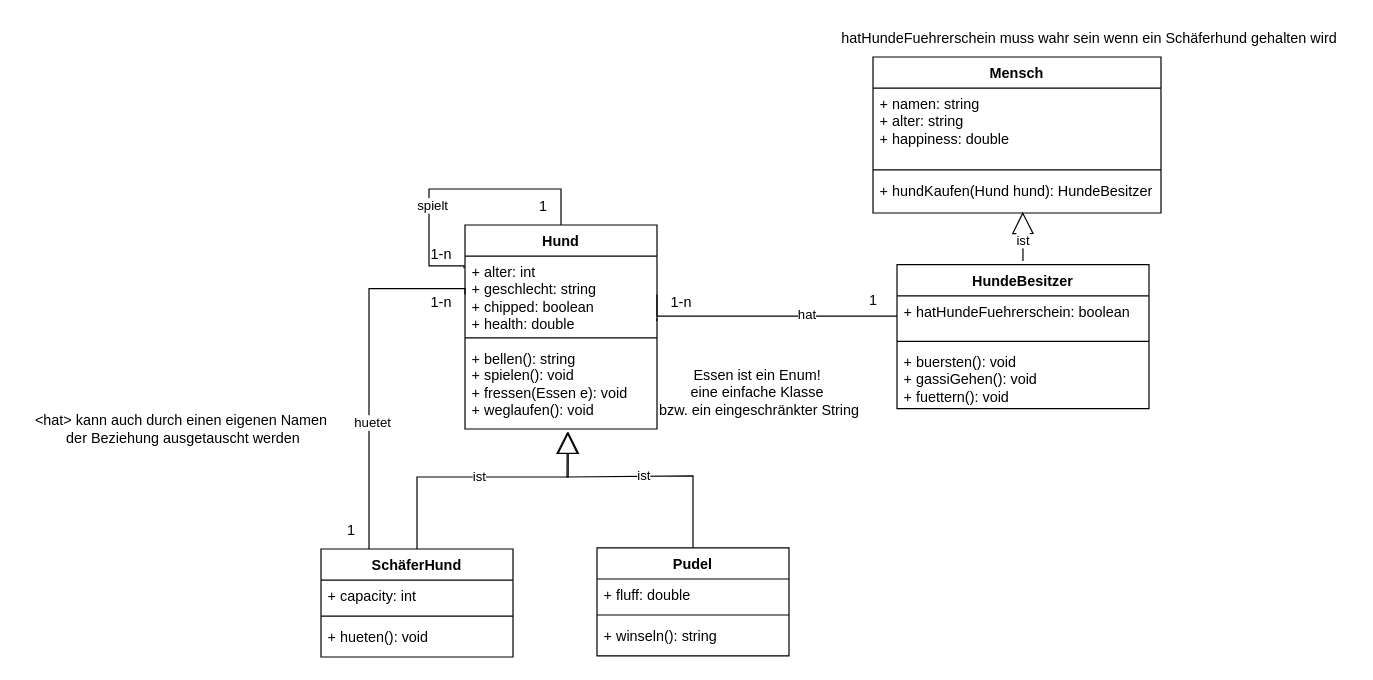
Before: BITEC/current lesson/oop/src/KlassenUndBeziehungen/Hunde.drawio in MrStrelow/BBRZ, a draw.io diagram. Source tidied: cells renumbered, new cells numbered last; positions are measured from the earlier drawing's top-left corner, leaving out a move shared by most shapes. Both pictures are drawn from the tidied source at 120%, with x=0, y=0 at pixel (20, 20).
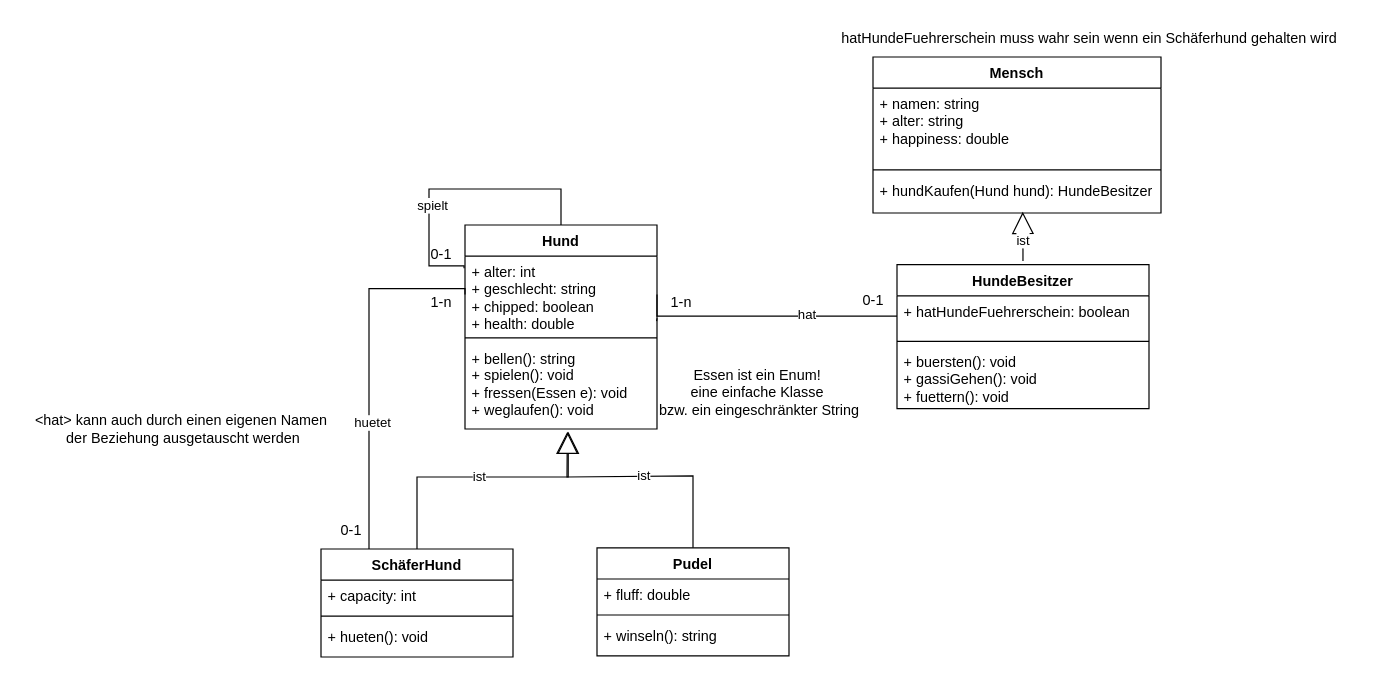
After the change.

Diff of the diagram source:
```diff
@@
-    <mxCell id="32" value="1" style="text;html=1;align=center;verticalAlign=middle;strokeColor=none;fillColor=none;" parent="1" vertex="1">
-      <mxGeometry x="695" y="218" width="30" height="30" as="geometry" />
+    <mxCell id="32" value="0-1" style="text;html=1;align=center;verticalAlign=middle;strokeColor=none;fillColor=none;" parent="1" vertex="1">
+      <mxGeometry x="690" y="218" width="40" height="30" as="geometry" />
     </mxCell>
@@
-    <mxCell id="36" value="1" style="text;html=1;align=center;verticalAlign=middle;strokeColor=none;fillColor=none;" parent="1" vertex="1">
-      <mxGeometry x="260" y="410" width="30" height="30" as="geometry" />
+    <mxCell id="36" value="0-1" style="text;html=1;align=center;verticalAlign=middle;strokeColor=none;fillColor=none;" parent="1" vertex="1">
+      <mxGeometry x="255" y="410" width="40" height="30" as="geometry" />
     </mxCell>
@@
-    <mxCell id="38" value="1-n" style="text;html=1;align=center;verticalAlign=middle;strokeColor=none;fillColor=none;" parent="1" vertex="1">
+    <mxCell id="38" value="0-1" style="text;html=1;align=center;verticalAlign=middle;strokeColor=none;fillColor=none;" parent="1" vertex="1">
       <mxGeometry x="330" y="180" width="40" height="30" as="geometry" />
     </mxCell>
-    <mxCell id="39" value="1" style="text;html=1;align=center;verticalAlign=middle;strokeColor=none;fillColor=none;" parent="1" vertex="1">
-      <mxGeometry x="420" y="140" width="30" height="30" as="geometry" />
-    </mxCell>
```
